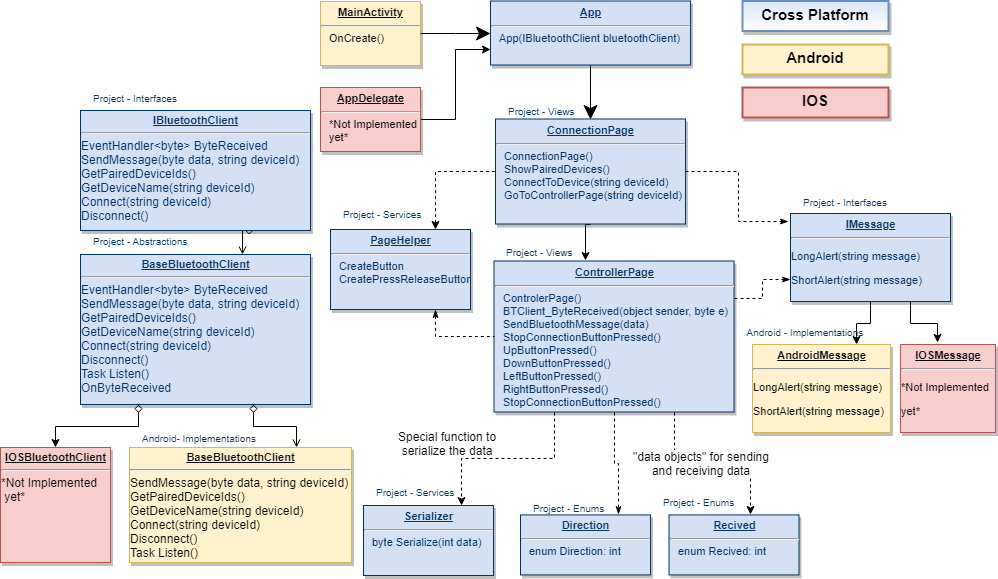
Earlier version of the draw.io export Tutorial_Images/ArduinoApp_The_project_with_unimplemented.png (Weeido/Xamarin.Forms-to-Arduino-over-Bluetooth). Source tidied: cells renumbered, new cells last; positions are measured from the earlier drawing's top-left corner, leaving out a move shared by most shapes.
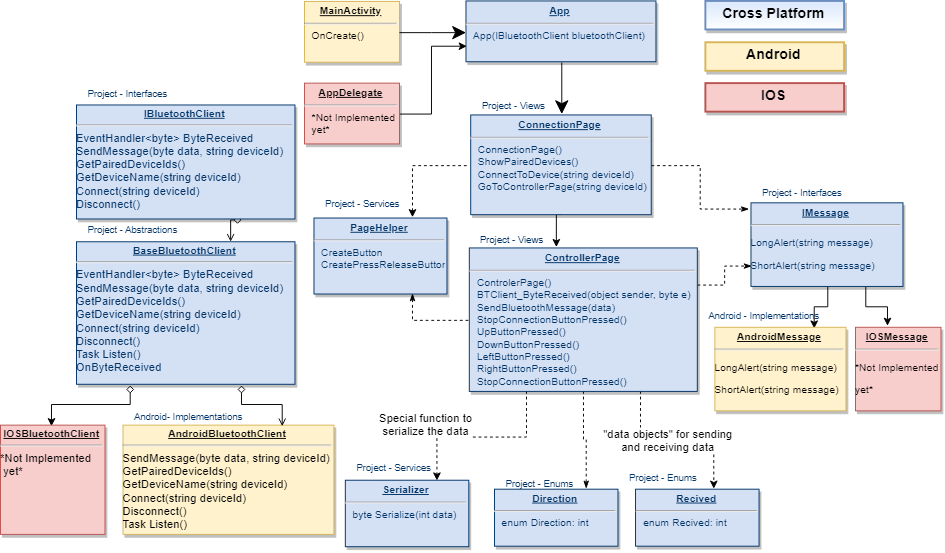
After the commit.

Change to the diagram source:
```diff
@@ -15,7 +15,7 @@
       <mxGeometry relative="1" as="geometry" />
     </mxCell>
     <mxCell id="6" value="&lt;p style=&quot;margin: 4px 0px 0px ; text-align: center ; text-decoration: underline ; font-size: 11px&quot;&gt;&lt;strong&gt;&lt;font style=&quot;font-size: 11px&quot;&gt;ConnectionPage&lt;/font&gt;&lt;/strong&gt;&lt;/p&gt;&lt;hr style=&quot;font-size: 11px&quot;&gt;&lt;p style=&quot;margin: 0px 0px 0px 8px ; font-size: 11px&quot;&gt;&lt;font style=&quot;font-size: 11px&quot;&gt;ConnectionPage()&lt;/font&gt;&lt;/p&gt;&lt;p style=&quot;margin: 0px 0px 0px 8px ; font-size: 11px&quot;&gt;&lt;font style=&quot;font-size: 11px&quot;&gt;ShowPairedDevices()&lt;/font&gt;&lt;/p&gt;&lt;p style=&quot;margin: 0px 0px 0px 8px ; font-size: 11px&quot;&gt;&lt;font style=&quot;font-size: 11px&quot;&gt;ConnectToDevice(string deviceId)&lt;/font&gt;&lt;/p&gt;&lt;p style=&quot;margin: 0px 0px 0px 8px ; font-size: 11px&quot;&gt;&lt;font style=&quot;font-size: 11px&quot;&gt;GoToControllerPage(string deviceId)&lt;/font&gt;&lt;/p&gt;" style="verticalAlign=top;align=left;overflow=fill;fontSize=12;fontFamily=Helvetica;html=1;strokeColor=#003366;shadow=1;fillColor=#D4E1F5;fontColor=#003366;" parent="1" vertex="1">
-      <mxGeometry x="495" y="118.5" width="190" height="105" as="geometry" />
+      <mxGeometry x="495" y="120.5" width="190" height="105" as="geometry" />
     </mxCell>
     <mxCell id="7" style="endArrow=classic;endSize=12;startArrow=none;startSize=14;startFill=0;edgeStyle=orthogonalEdgeStyle;endFill=1;rounded=0;" parent="1" edge="1" source="2" target="3">
       <mxGeometry x="-124.5" y="68.5" as="geometry" />
@@ -147,7 +147,7 @@
         <mxPoint x="10" y="-10" as="offset" />
       </mxGeometry>
     </mxCell>
-    <mxCell id="40" value="&lt;p style=&quot;margin: 4px 0px 0px ; text-align: center ; text-decoration: underline ; line-height: 100% ; font-size: 11px&quot;&gt;&lt;b&gt;&lt;font style=&quot;font-size: 11px&quot;&gt;BaseBluetoothClient&lt;/font&gt;&lt;/b&gt;&lt;/p&gt;&lt;hr style=&quot;font-size: 11px&quot;&gt;SendMessage(byte data, string deviceId)&lt;br&gt;GetPairedDeviceIds()&lt;br&gt;GetDeviceName(string deviceId)&lt;br&gt;Connect(string deviceId)&lt;br&gt;Disconnect()&lt;br&gt;Task Listen()&lt;br&gt;&lt;p style=&quot;font-size: 11px&quot;&gt;&lt;br&gt;&lt;/p&gt;" style="verticalAlign=top;align=left;overflow=fill;fontSize=12;fontFamily=Helvetica;html=1;strokeColor=#d6b656;shadow=1;fillColor=#fff2cc;" parent="1" vertex="1">
+    <mxCell id="40" value="&lt;p style=&quot;margin: 4px 0px 0px ; text-align: center ; text-decoration: underline ; line-height: 100% ; font-size: 11px&quot;&gt;&lt;b&gt;&lt;font style=&quot;font-size: 11px&quot;&gt;AndroidBluetoothClient&lt;/font&gt;&lt;/b&gt;&lt;/p&gt;&lt;hr style=&quot;font-size: 11px&quot;&gt;SendMessage(byte data, string deviceId)&lt;br&gt;GetPairedDeviceIds()&lt;br&gt;GetDeviceName(string deviceId)&lt;br&gt;Connect(string deviceId)&lt;br&gt;Disconnect()&lt;br&gt;Task Listen()&lt;br&gt;&lt;p style=&quot;font-size: 11px&quot;&gt;&lt;br&gt;&lt;/p&gt;" style="verticalAlign=top;align=left;overflow=fill;fontSize=12;fontFamily=Helvetica;html=1;strokeColor=#d6b656;shadow=1;fillColor=#fff2cc;" parent="1" vertex="1">
       <mxGeometry x="129" y="447" width="222" height="115" as="geometry" />
     </mxCell>
     <mxCell id="41" style="edgeStyle=orthogonalEdgeStyle;rounded=0;jettySize=auto;html=1;startArrow=diamond;startFill=0;endArrow=open;endFill=0;exitX=0.75;exitY=1;exitDx=0;exitDy=0;entryX=0.75;entryY=0;entryDx=0;entryDy=0;" parent="1" edge="1" source="38" target="40">
@@ -168,7 +168,7 @@
       <mxGeometry y="447" width="110" height="115" as="geometry" />
     </mxCell>
     <mxCell id="46" value="&lt;p style=&quot;margin: 4px 0px 0px ; text-align: center ; text-decoration: underline ; font-size: 11px&quot;&gt;&lt;b&gt;&lt;font style=&quot;font-size: 11px&quot;&gt;IOSMessage&lt;/font&gt;&lt;/b&gt;&lt;/p&gt;&lt;hr style=&quot;font-size: 11px&quot;&gt;&lt;p style=&quot;font-size: 11px&quot;&gt;&lt;span&gt;*Not Implemented&lt;/span&gt;&lt;/p&gt;&lt;p style=&quot;font-size: 11px&quot;&gt;&lt;span&gt;yet*&lt;/span&gt;&lt;br&gt;&lt;/p&gt;&lt;div&gt;&lt;span&gt;&lt;br&gt;&lt;/span&gt;&lt;/div&gt;" style="verticalAlign=top;align=left;overflow=fill;fontSize=12;fontFamily=Helvetica;html=1;strokeColor=#b85450;shadow=1;fillColor=#f8cecc;" parent="1" vertex="1">
-      <mxGeometry x="900" y="344" width="95" height="88" as="geometry" />
+      <mxGeometry x="900" y="344" width="90" height="88" as="geometry" />
     </mxCell>
     <mxCell id="47" style="edgeStyle=orthogonalEdgeStyle;rounded=0;jettySize=auto;html=1;exitX=1;exitY=0.5;exitDx=0;exitDy=0;entryX=0;entryY=0.75;entryDx=0;entryDy=0;startArrow=none;startFill=0;endArrow=classic;endFill=1;strokeWidth=1;" parent="1" edge="1" source="48" target="3">
       <mxGeometry relative="1" as="geometry" />
```
